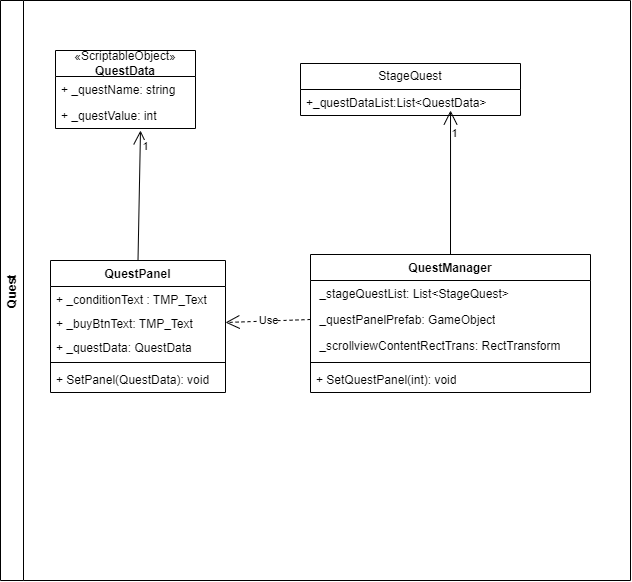
Above: Restaurant_Tycoon.drawio.png in jiye-stingray/Restaurant_Tycoon (draw.io), before the change. Source tidied: cells renumbered, new cells last; positions are measured from the earlier drawing's top-left corner, leaving out a move shared by most shapes.
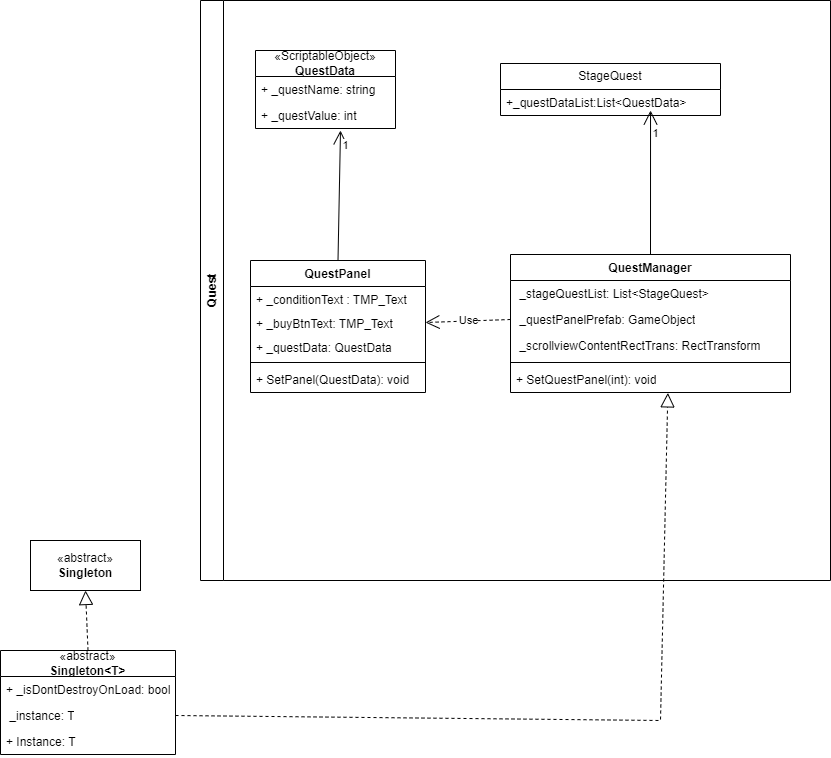
Later version of the same file.

Change to the diagram source:
```diff
@@ -73,5 +73,30 @@
     <mxCell id="24" value="Use" style="endArrow=open;endSize=12;dashed=1;html=1;rounded=0;exitX=0;exitY=0.5;exitDx=0;exitDy=0;entryX=1;entryY=0.5;entryDx=0;entryDy=0;" parent="2" edge="1" source="14" target="8">
       <mxGeometry relative="1" as="geometry" />
     </mxCell>
+    <mxCell id="25" value="«abstract»&lt;br&gt;&lt;b&gt;Singleton&lt;/b&gt;" style="html=1;whiteSpace=wrap;" parent="1" vertex="1">
+      <mxGeometry x="-170" y="540" width="110" height="50" as="geometry" />
+    </mxCell>
+    <mxCell id="26" style="endArrow=block;dashed=1;endFill=0;endSize=12;html=1;rounded=0;entryX=0.5;entryY=1;entryDx=0;entryDy=0;exitX=0.5;exitY=0;exitDx=0;exitDy=0;" parent="1" edge="1" source="27" target="25">
+      <mxGeometry relative="1" as="geometry" />
+    </mxCell>
+    <mxCell id="27" value="«abstract»&lt;br style=&quot;border-color: var(--border-color);&quot;&gt;&lt;b style=&quot;border-color: var(--border-color);&quot;&gt;Singleton&amp;lt;T&amp;gt;&lt;/b&gt;" style="swimlane;fontStyle=0;horizontal=1;startSize=26;fillColor=none;whiteSpace=wrap;html=1;" parent="1" vertex="1">
+      <mxGeometry x="-200" y="650" width="175" height="104" as="geometry" />
+    </mxCell>
+    <mxCell id="28" value="+ _isDontDestroyOnLoad: bool" style="text;strokeColor=none;fillColor=none;align=left;verticalAlign=top;spacingLeft=4;spacingRight=4;overflow=hidden;whiteSpace=wrap;html=1;" parent="27" vertex="1">
+      <mxGeometry y="26" width="175" height="26" as="geometry" />
+    </mxCell>
+    <mxCell id="29" value="&amp;nbsp;_instance: T&lt;br&gt;" style="text;strokeColor=none;fillColor=none;align=left;verticalAlign=top;spacingLeft=4;spacingRight=4;overflow=hidden;points=[[0,0.5],[1,0.5]];portConstraint=eastwest;whiteSpace=wrap;html=1;" parent="27" vertex="1">
+      <mxGeometry y="52" width="175" height="26" as="geometry" />
+    </mxCell>
+    <mxCell id="30" value="+ Instance: T" style="text;strokeColor=none;fillColor=none;align=left;verticalAlign=top;spacingLeft=4;spacingRight=4;overflow=hidden;whiteSpace=wrap;html=1;" parent="27" vertex="1">
+      <mxGeometry y="78" width="175" height="26" as="geometry" />
+    </mxCell>
+    <mxCell id="31" style="endArrow=block;dashed=1;endFill=0;endSize=12;html=1;rounded=0;exitX=1;exitY=0.5;exitDx=0;exitDy=0;entryX=0.562;entryY=1.015;entryDx=0;entryDy=0;entryPerimeter=0;" parent="1" edge="1" source="29" target="17">
+      <mxGeometry relative="1" as="geometry">
+        <Array as="points">
+          <mxPoint x="460" y="720" />
+        </Array>
+      </mxGeometry>
+    </mxCell>
   </root>
 </mxGraphModel>
```
